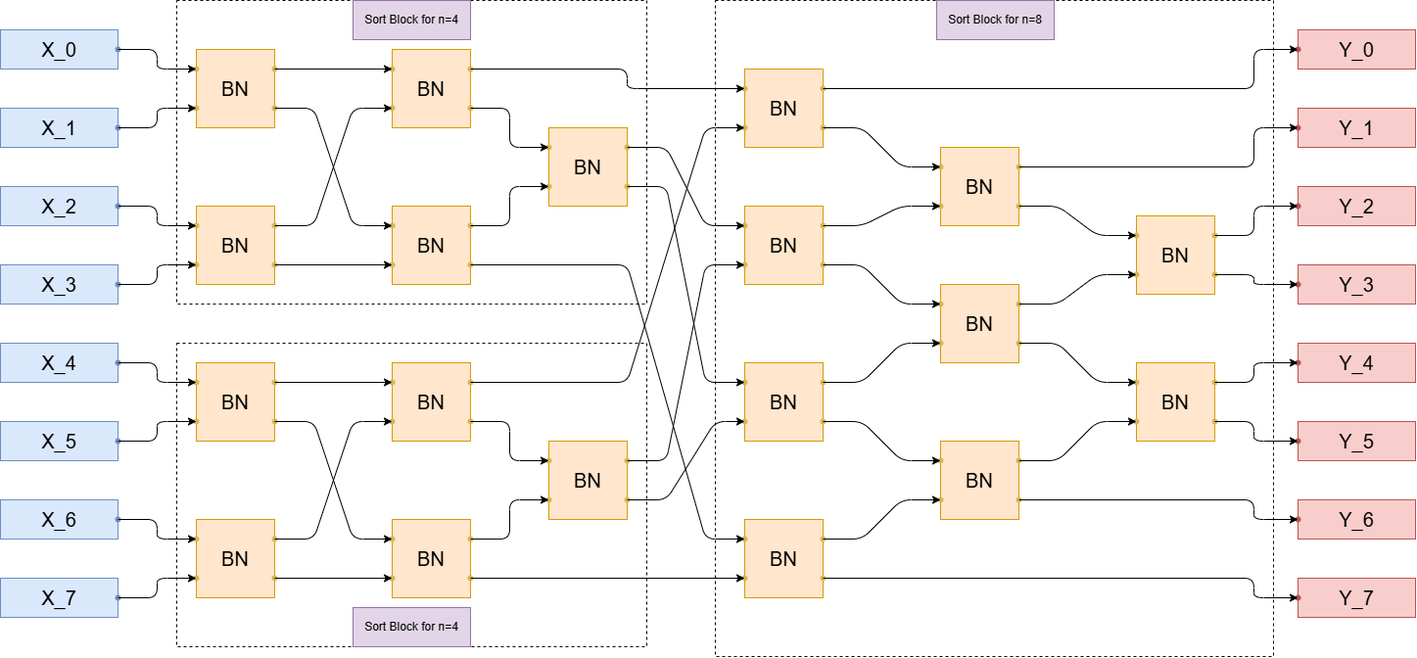
The draw.io diagram 20_doc/my-chapters/my-diagrams/Question6/debai.png in Noname-29-lnin/Ex3, before a commit. Source tidied: cells renumbered, new cells last; positions are measured from the earlier drawing's top-left corner, leaving out a move shared by most shapes.
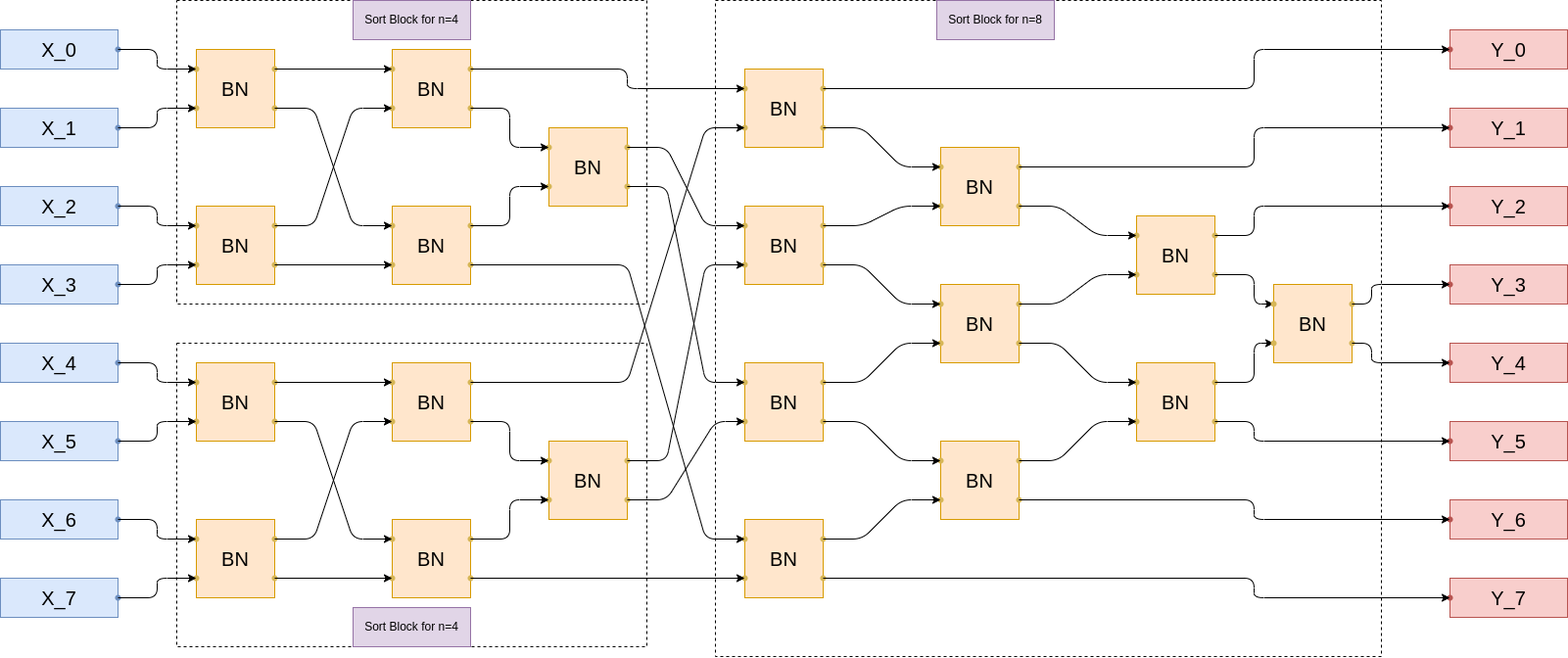
After the commit.

Change to the diagram source:
```diff
@@ -9,7 +9,7 @@
       <mxGeometry x="360" y="620" width="120" height="40" as="geometry" />
     </mxCell>
     <mxCell id="4" style="whiteSpace=wrap;html=1;dashed=1;" parent="1" vertex="1">
-      <mxGeometry x="730" width="570" height="670" as="geometry" />
+      <mxGeometry x="730" width="680" height="670" as="geometry" />
     </mxCell>
     <mxCell id="5" style="group;" parent="1" vertex="1">
       <mxGeometry y="30" width="130" height="40" as="geometry" />
@@ -708,7 +708,7 @@
       </mxGeometry>
     </mxCell>
     <mxCell id="182" style="group;" parent="1" vertex="1">
-      <mxGeometry x="1315" y="30" width="130" height="40" as="geometry" />
+      <mxGeometry x="1470" y="30" width="130" height="40" as="geometry" />
     </mxCell>
     <mxCell id="183" value="&lt;span style=&quot;font-size: 20px;&quot;&gt;Y_0&lt;/span&gt;" style="whiteSpace=wrap;html=1;fillColor=#f8cecc;strokeColor=#b85450;" parent="182" vertex="1">
       <mxGeometry x="10" width="120" height="40" as="geometry" />
@@ -717,7 +717,7 @@
       <mxGeometry y="10" width="20" height="20" as="geometry" />
     </mxCell>
     <mxCell id="185" style="group;" parent="1" vertex="1">
-      <mxGeometry x="1315" y="110" width="130" height="40" as="geometry" />
+      <mxGeometry x="1470" y="110" width="130" height="40" as="geometry" />
     </mxCell>
     <mxCell id="186" value="&lt;span style=&quot;font-size: 20px;&quot;&gt;Y_1&lt;/span&gt;" style="whiteSpace=wrap;html=1;fillColor=#f8cecc;strokeColor=#b85450;" parent="185" vertex="1">
       <mxGeometry x="10" width="120" height="40" as="geometry" />
@@ -742,7 +742,7 @@
       </mxGeometry>
     </mxCell>
     <mxCell id="190" style="group;" parent="1" vertex="1">
-      <mxGeometry x="1315" y="190" width="130" height="40" as="geometry" />
+      <mxGeometry x="1470" y="190" width="130" height="40" as="geometry" />
     </mxCell>
     <mxCell id="191" value="&lt;span style=&quot;font-size: 20px;&quot;&gt;Y_2&lt;/span&gt;" style="whiteSpace=wrap;html=1;fillColor=#f8cecc;strokeColor=#b85450;" parent="190" vertex="1">
       <mxGeometry x="10" width="120" height="40" as="geometry" />
@@ -759,7 +759,7 @@
       </mxGeometry>
     </mxCell>
     <mxCell id="194" style="group;" parent="1" vertex="1">
-      <mxGeometry x="1315" y="270" width="130" height="40" as="geometry" />
+      <mxGeometry x="1470" y="270" width="130" height="40" as="geometry" />
     </mxCell>
     <mxCell id="195" value="&lt;span style=&quot;font-size: 20px;&quot;&gt;Y_3&lt;/span&gt;" style="whiteSpace=wrap;html=1;fillColor=#f8cecc;strokeColor=#b85450;" parent="194" vertex="1">
       <mxGeometry x="10" width="120" height="40" as="geometry" />
@@ -767,16 +767,16 @@
     <mxCell id="196" style="shape=waypoint;sketch=0;size=6;points=[];fillColor=#f8cecc;perimeter=centerPerimeter;snapToPoint=1;strokeColor=#b85450;" parent="194" vertex="1">
       <mxGeometry y="10" width="20" height="20" as="geometry" />
     </mxCell>
-    <mxCell id="197" style="edgeStyle=none;html=1;" parent="1" edge="1" source="176" target="196">
+    <mxCell id="197" style="edgeStyle=none;html=1;entryX=0.3;entryY=0.55;entryDx=0;entryDy=0;entryPerimeter=0;" parent="1" edge="1" source="176" target="218">
       <mxGeometry relative="1" as="geometry">
         <Array as="points">
           <mxPoint x="1280" y="280" />
-          <mxPoint x="1280" y="290" />
+          <mxPoint x="1280" y="310" />
         </Array>
       </mxGeometry>
     </mxCell>
     <mxCell id="198" style="group;" parent="1" vertex="1">
-      <mxGeometry x="1315" y="350" width="130" height="40" as="geometry" />
+      <mxGeometry x="1470" y="350" width="130" height="40" as="geometry" />
     </mxCell>
     <mxCell id="199" value="&lt;span style=&quot;font-size: 20px;&quot;&gt;Y_4&lt;/span&gt;" style="whiteSpace=wrap;html=1;fillColor=#f8cecc;strokeColor=#b85450;" parent="198" vertex="1">
       <mxGeometry x="10" width="120" height="40" as="geometry" />
@@ -784,16 +784,16 @@
     <mxCell id="200" style="shape=waypoint;sketch=0;size=6;points=[];fillColor=#f8cecc;perimeter=centerPerimeter;snapToPoint=1;strokeColor=#b85450;" parent="198" vertex="1">
       <mxGeometry y="10" width="20" height="20" as="geometry" />
     </mxCell>
-    <mxCell id="201" style="edgeStyle=none;html=1;" parent="1" edge="1" source="171" target="200">
+    <mxCell id="201" style="edgeStyle=none;html=1;entryX=0.64;entryY=0.39;entryDx=0;entryDy=0;entryPerimeter=0;" parent="1" edge="1" source="171" target="219">
       <mxGeometry relative="1" as="geometry">
         <Array as="points">
           <mxPoint x="1280" y="390" />
-          <mxPoint x="1280" y="370" />
+          <mxPoint x="1280" y="350" />
         </Array>
       </mxGeometry>
     </mxCell>
     <mxCell id="202" style="group;" parent="1" vertex="1">
-      <mxGeometry x="1315" y="430" width="130" height="40" as="geometry" />
+      <mxGeometry x="1470" y="430" width="130" height="40" as="geometry" />
     </mxCell>
     <mxCell id="203" value="&lt;span style=&quot;font-size: 20px;&quot;&gt;Y_5&lt;/span&gt;" style="whiteSpace=wrap;html=1;fillColor=#f8cecc;strokeColor=#b85450;" parent="202" vertex="1">
       <mxGeometry x="10" width="120" height="40" as="geometry" />
@@ -810,7 +810,7 @@
       </mxGeometry>
     </mxCell>
     <mxCell id="206" style="group;" parent="1" vertex="1">
-      <mxGeometry x="1315" y="510" width="130" height="40" as="geometry" />
+      <mxGeometry x="1470" y="510" width="130" height="40" as="geometry" />
     </mxCell>
     <mxCell id="207" value="&lt;span style=&quot;font-size: 20px;&quot;&gt;Y_6&lt;/span&gt;" style="whiteSpace=wrap;html=1;fillColor=#f8cecc;strokeColor=#b85450;" parent="206" vertex="1">
       <mxGeometry x="10" width="120" height="40" as="geometry" />
@@ -827,7 +827,7 @@
       </mxGeometry>
     </mxCell>
     <mxCell id="210" style="group;" parent="1" vertex="1">
-      <mxGeometry x="1315" y="590" width="130" height="40" as="geometry" />
+      <mxGeometry x="1470" y="590" width="130" height="40" as="geometry" />
     </mxCell>
     <mxCell id="211" value="&lt;span style=&quot;font-size: 20px;&quot;&gt;Y_7&lt;/span&gt;" style="whiteSpace=wrap;html=1;fillColor=#f8cecc;strokeColor=#b85450;" parent="210" vertex="1">
       <mxGeometry x="10" width="120" height="40" as="geometry" />
@@ -849,5 +849,39 @@
     <mxCell id="215" value="Sort Block for n=4" style="whiteSpace=wrap;html=1;fillColor=#e1d5e7;strokeColor=#9673a6;" parent="1" vertex="1">
       <mxGeometry x="360" width="120" height="40" as="geometry" />
     </mxCell>
+    <mxCell id="216" style="group;" parent="1" vertex="1">
+      <mxGeometry x="1290" y="290" width="100" height="80" as="geometry" />
+    </mxCell>
+    <mxCell id="217" value="&lt;font style=&quot;font-size: 20px;&quot;&gt;BN&lt;/font&gt;" style="whiteSpace=wrap;html=1;fillColor=#ffe6cc;strokeColor=#d79b00;" parent="216" vertex="1">
+      <mxGeometry x="10" width="80" height="80" as="geometry" />
+    </mxCell>
+    <mxCell id="218" style="shape=waypoint;sketch=0;size=6;points=[];fillColor=#fff2cc;perimeter=centerPerimeter;snapToPoint=1;strokeColor=#d6b656;" parent="216" vertex="1">
+      <mxGeometry y="10" width="20" height="20" as="geometry" />
+    </mxCell>
+    <mxCell id="219" style="shape=waypoint;sketch=0;size=6;points=[];fillColor=#fff2cc;perimeter=centerPerimeter;snapToPoint=1;strokeColor=#d6b656;" parent="216" vertex="1">
+      <mxGeometry y="50" width="20" height="20" as="geometry" />
+    </mxCell>
+    <mxCell id="220" style="shape=waypoint;sketch=0;size=6;points=[];fillColor=#fff2cc;perimeter=centerPerimeter;snapToPoint=1;strokeColor=#d6b656;" parent="216" vertex="1">
+      <mxGeometry x="80" y="50" width="20" height="20" as="geometry" />
+    </mxCell>
+    <mxCell id="221" style="shape=waypoint;sketch=0;size=6;points=[];fillColor=#fff2cc;perimeter=centerPerimeter;snapToPoint=1;strokeColor=#d6b656;" parent="216" vertex="1">
+      <mxGeometry x="80" y="10" width="20" height="20" as="geometry" />
+    </mxCell>
+    <mxCell id="222" style="edgeStyle=none;html=1;" parent="1" edge="1" source="221" target="196">
+      <mxGeometry relative="1" as="geometry">
+        <Array as="points">
+          <mxPoint x="1400" y="310" />
+          <mxPoint x="1400" y="290" />
+        </Array>
+      </mxGeometry>
+    </mxCell>
+    <mxCell id="223" style="edgeStyle=none;html=1;" parent="1" edge="1" source="220" target="200">
+      <mxGeometry relative="1" as="geometry">
+        <Array as="points">
+          <mxPoint x="1400" y="350" />
+          <mxPoint x="1400" y="370" />
+        </Array>
+      </mxGeometry>
+    </mxCell>
   </root>
 </mxGraphModel>
```
